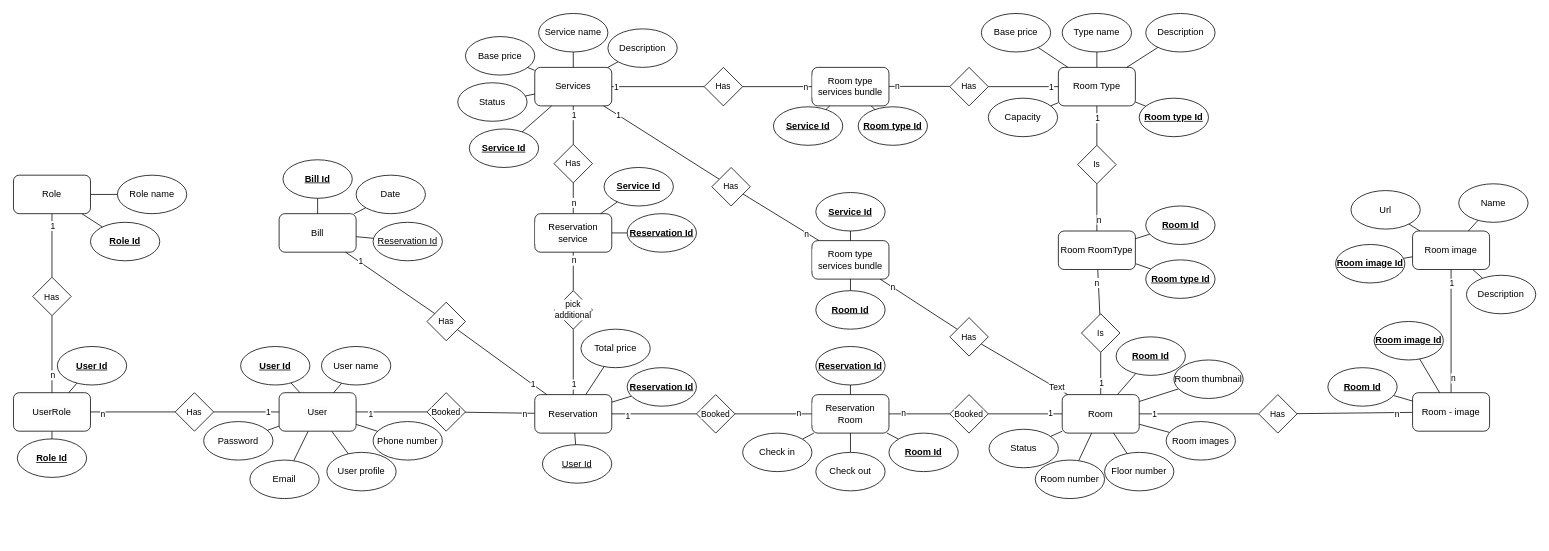
The draw.io diagram doc/ER-Hotel-Management.drawio in HoangDepTraiBoDoiThe/HotelManagement, before the edit. Source tidied: cells renumbered, new cells numbered last; positions are measured from the earlier drawing's top-left corner, leaving out a move shared by most shapes. Both pictures are drawn from the tidied source at 77%, with x=0, y=0 at pixel (13, 13).
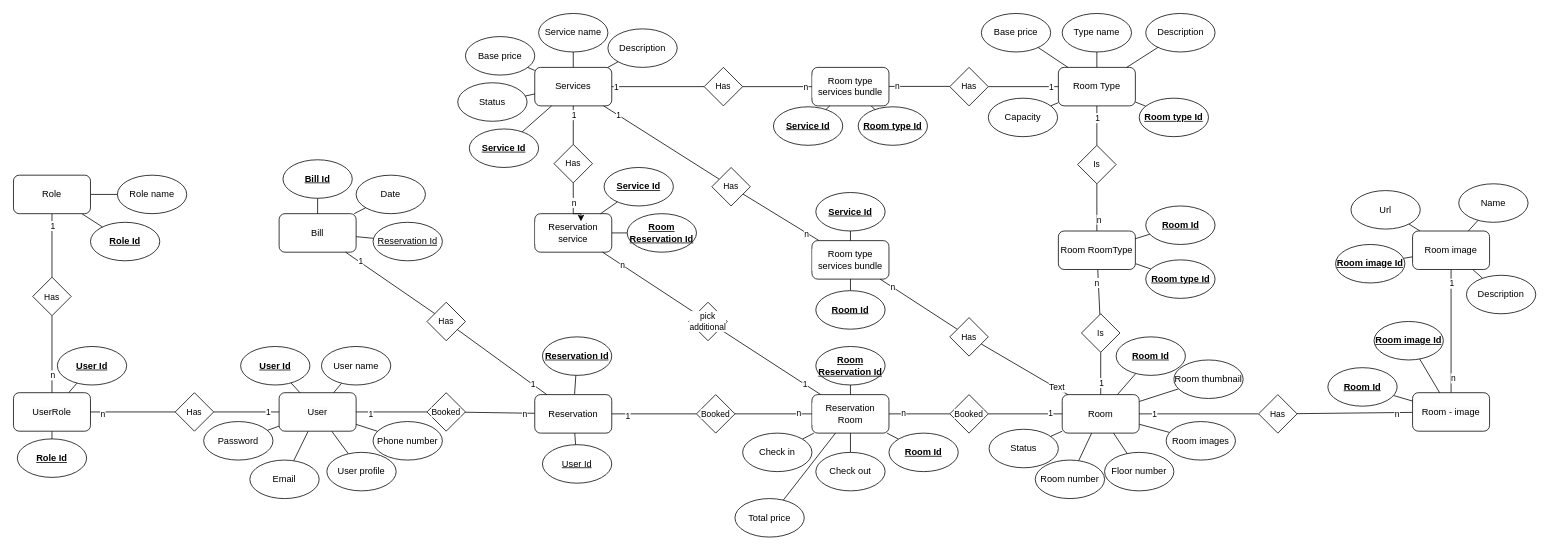
Above is the later version.

Unchanged cells that the change refers to:
```xml
<mxCell id="40" value="&lt;span style=&quot;font-size: 12px; background-color: rgb(251, 251, 251);&quot;&gt;Reservation&lt;/span&gt;" style="rounded=1;whiteSpace=wrap;html=1;fontFamily=Helvetica;fontSize=11;fontColor=default;labelBackgroundColor=default;" parent="1" vertex="1">
  <mxGeometry x="677" y="495" width="100" height="50" as="geometry" />
</mxCell>
<mxCell id="113" value="&lt;span style=&quot;font-size: 12px; background-color: rgb(251, 251, 251);&quot;&gt;Reservation service&lt;/span&gt;" style="rounded=1;whiteSpace=wrap;html=1;fontFamily=Helvetica;fontSize=11;fontColor=default;labelBackgroundColor=default;" parent="1" vertex="1">
  <mxGeometry x="677" y="260" width="100" height="50" as="geometry" />
</mxCell>
<mxCell id="124" value="&lt;span style=&quot;font-size: 12px; background-color: rgb(251, 251, 251);&quot;&gt;Reservation Room&lt;/span&gt;" style="rounded=1;whiteSpace=wrap;html=1;fontFamily=Helvetica;fontSize=11;fontColor=default;labelBackgroundColor=default;" parent="1" vertex="1">
  <mxGeometry x="1037" y="495" width="100" height="50" as="geometry" />
</mxCell>
```

Change to the diagram source:
```diff
@@
     <mxCell id="41" value="Reservation Id" style="ellipse;whiteSpace=wrap;html=1;fontStyle=5;" parent="1" vertex="1">
-      <mxGeometry x="797" y="460" width="90" height="50" as="geometry" />
+      <mxGeometry x="687" y="420" width="90" height="50" as="geometry" />
     </mxCell>
@@
-    <mxCell id="47" style="edgeStyle=none;shape=connector;rounded=0;jettySize=auto;html=1;strokeColor=default;align=center;verticalAlign=middle;fontFamily=Helvetica;fontSize=11;fontColor=default;labelBackgroundColor=default;endArrow=none;endFill=0;" parent="1" edge="1" source="48" target="40">
+    <mxCell id="47" style="edgeStyle=none;shape=connector;rounded=0;jettySize=auto;html=1;strokeColor=default;align=center;verticalAlign=middle;fontFamily=Helvetica;fontSize=11;fontColor=default;labelBackgroundColor=default;endArrow=none;endFill=0;" parent="1" edge="1" source="48" target="124">
       <mxGeometry relative="1" as="geometry" />
     </mxCell>
     <mxCell id="48" value="Total price" style="ellipse;whiteSpace=wrap;html=1;fontStyle=0;" parent="1" vertex="1">
-      <mxGeometry x="737" y="410" width="90" height="50" as="geometry" />
+      <mxGeometry x="937" y="630" width="90" height="50" as="geometry" />
     </mxCell>
@@
-    <mxCell id="81" style="edgeStyle=none;shape=connector;rounded=0;jettySize=auto;html=1;strokeColor=default;align=center;verticalAlign=middle;fontFamily=Helvetica;fontSize=11;fontColor=default;labelBackgroundColor=default;endArrow=none;endFill=0;" parent="1" edge="1" source="116" target="40">
+    <mxCell id="81" style="edgeStyle=none;shape=connector;rounded=0;jettySize=auto;html=1;strokeColor=default;align=center;verticalAlign=middle;fontFamily=Helvetica;fontSize=11;fontColor=default;labelBackgroundColor=default;endArrow=none;endFill=0;" parent="1" edge="1" source="116" target="124">
       <mxGeometry relative="1" as="geometry" />
     </mxCell>
@@
     <mxCell id="116" value="pick additional" style="rhombus;whiteSpace=wrap;html=1;fontFamily=Helvetica;fontSize=11;fontColor=default;labelBackgroundColor=default;" parent="1" vertex="1">
-      <mxGeometry x="702" y="360" width="50" height="50" as="geometry" />
+      <mxGeometry x="877" y="375" width="50" height="50" as="geometry" />
     </mxCell>
@@
-    <mxCell id="129" value="Reservation Id" style="ellipse;whiteSpace=wrap;html=1;fontStyle=5;" parent="1" vertex="1">
+    <mxCell id="129" value="Room Reservation Id" style="ellipse;whiteSpace=wrap;html=1;fontStyle=5;" parent="1" vertex="1">
       <mxGeometry x="1042" y="432.5" width="90" height="50" as="geometry" />
     </mxCell>
@@
-    <mxCell id="152" value="Reservation Id" style="ellipse;whiteSpace=wrap;html=1;fontStyle=5;" parent="1" vertex="1">
+    <mxCell id="152" value="Room Reservation Id" style="ellipse;whiteSpace=wrap;html=1;fontStyle=5;" parent="1" vertex="1">
       <mxGeometry x="797" y="260" width="90" height="50" as="geometry" />
     </mxCell>
@@
+    <mxCell id="196" style="edgeStyle=orthogonalEdgeStyle;rounded=0;orthogonalLoop=1;jettySize=auto;html=1;exitX=0.5;exitY=0;exitDx=0;exitDy=0;entryX=0.6;entryY=0.2;entryDx=0;entryDy=0;entryPerimeter=0;" parent="1" edge="1" source="113" target="113">
+      <mxGeometry relative="1" as="geometry" />
+    </mxCell>
```
